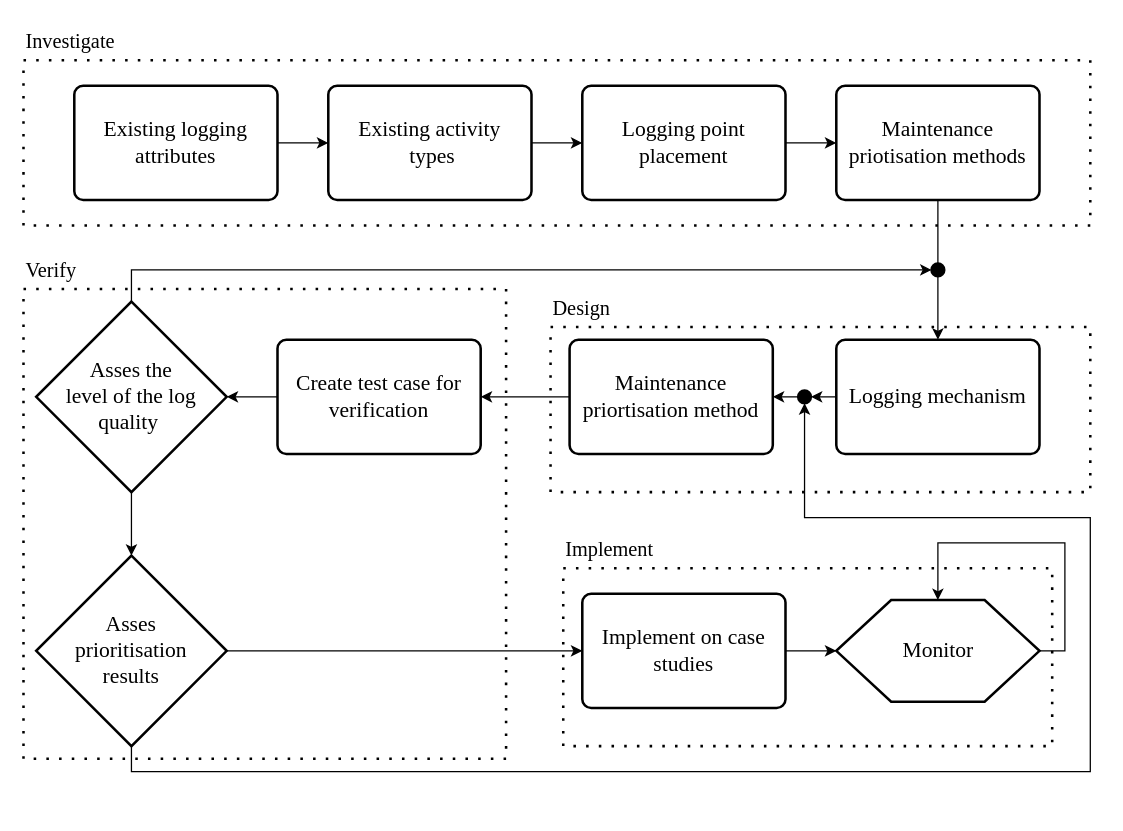
Earlier version of the draw.io diagram img/Chapter2/developmentOfSolution/developementOfSolution.drawio (CorrieScheepers/Masters). Source tidied: cells renumbered, new cells numbered last; positions are measured from the earlier drawing's top-left corner, leaving out a move shared by most shapes. Both pictures are drawn from the tidied source at 127%, with x=0, y=0 at pixel (23, 22).
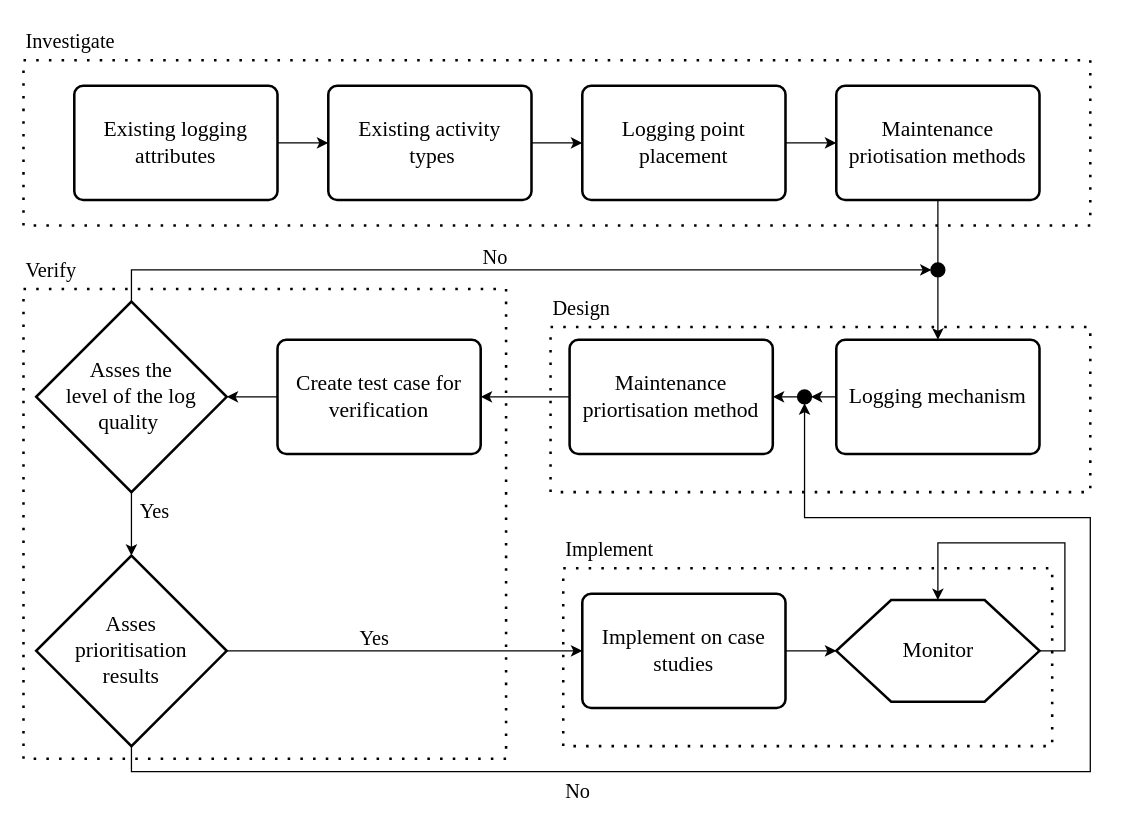
The same diagram, later.

Diff of the diagram source:
```diff
@@
+    <mxCell id="38" value="No" style="text;html=1;strokeColor=none;fillColor=none;align=left;verticalAlign=middle;whiteSpace=wrap;rounded=0;dashed=1;dashPattern=1 4;strokeWidth=3;fontSize=16;fontFamily=Times New Roman;" parent="1" vertex="1">
+      <mxGeometry x="425" y="590" width="35" height="30" as="geometry" />
+    </mxCell>
+    <mxCell id="39" value="Yes" style="text;html=1;strokeColor=none;fillColor=none;align=left;verticalAlign=middle;whiteSpace=wrap;rounded=0;dashed=1;dashPattern=1 4;strokeWidth=3;fontSize=16;fontFamily=Times New Roman;" parent="1" vertex="1">
+      <mxGeometry x="262.5" y="470" width="35" height="30" as="geometry" />
+    </mxCell>
+    <mxCell id="40" value="No" style="text;html=1;strokeColor=none;fillColor=none;align=left;verticalAlign=middle;whiteSpace=wrap;rounded=0;dashed=1;dashPattern=1 4;strokeWidth=3;fontSize=16;fontFamily=Times New Roman;" parent="1" vertex="1">
+      <mxGeometry x="360" y="170" width="35" height="30" as="geometry" />
+    </mxCell>
+    <mxCell id="41" value="Yes" style="text;html=1;strokeColor=none;fillColor=none;align=left;verticalAlign=middle;whiteSpace=wrap;rounded=0;dashed=1;dashPattern=1 4;strokeWidth=3;fontSize=16;fontFamily=Times New Roman;" parent="1" vertex="1">
+      <mxGeometry x="90" y="370" width="35" height="30" as="geometry" />
+    </mxCell>
```
